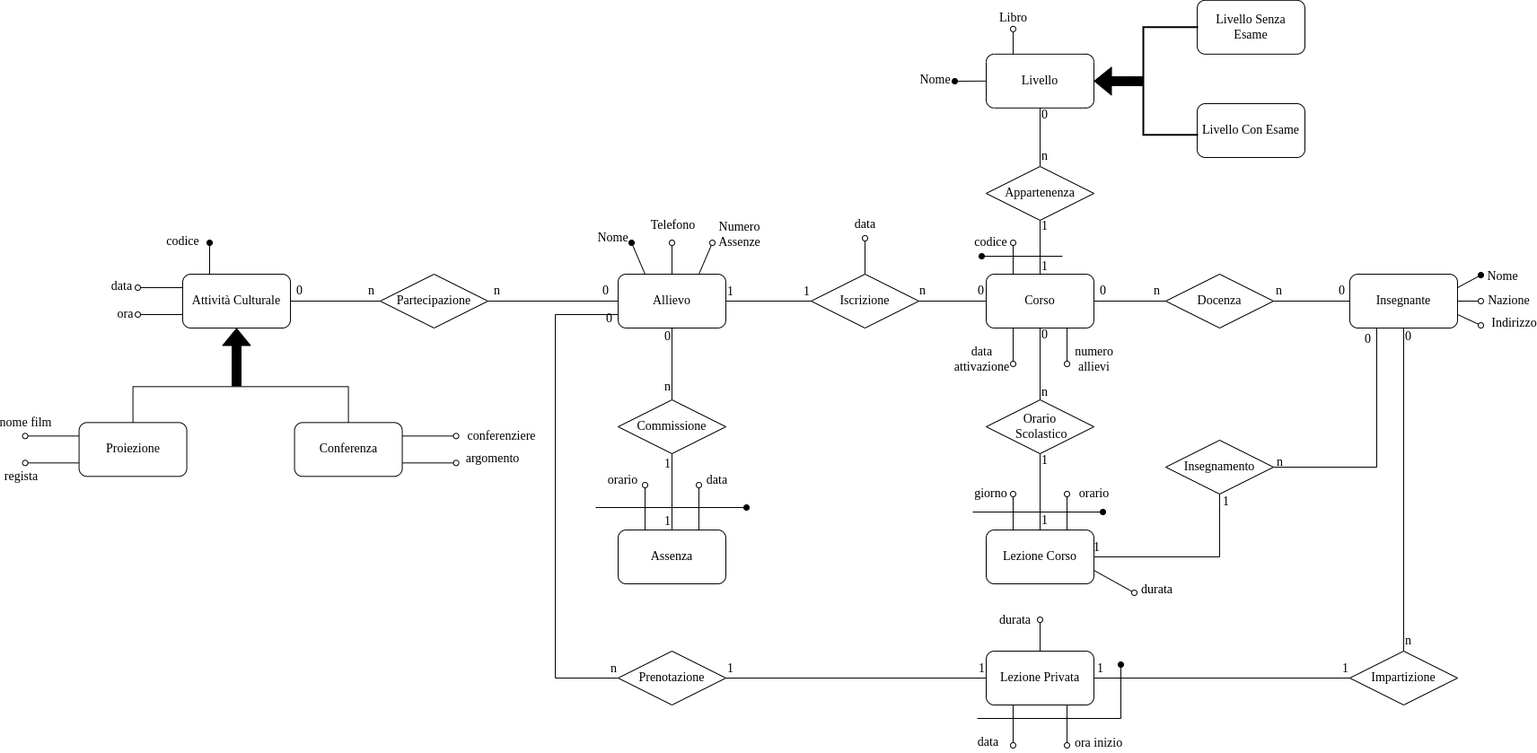
Before: doc/Foto_Documentazione/Diagramma_ER_Completo.png, a diagram exported from draw.io (SimoneNicosanti/DataBase_Project). Source tidied: cells renumbered, new cells last; positions are measured from the earlier drawing's top-left corner, leaving out a move shared by most shapes.
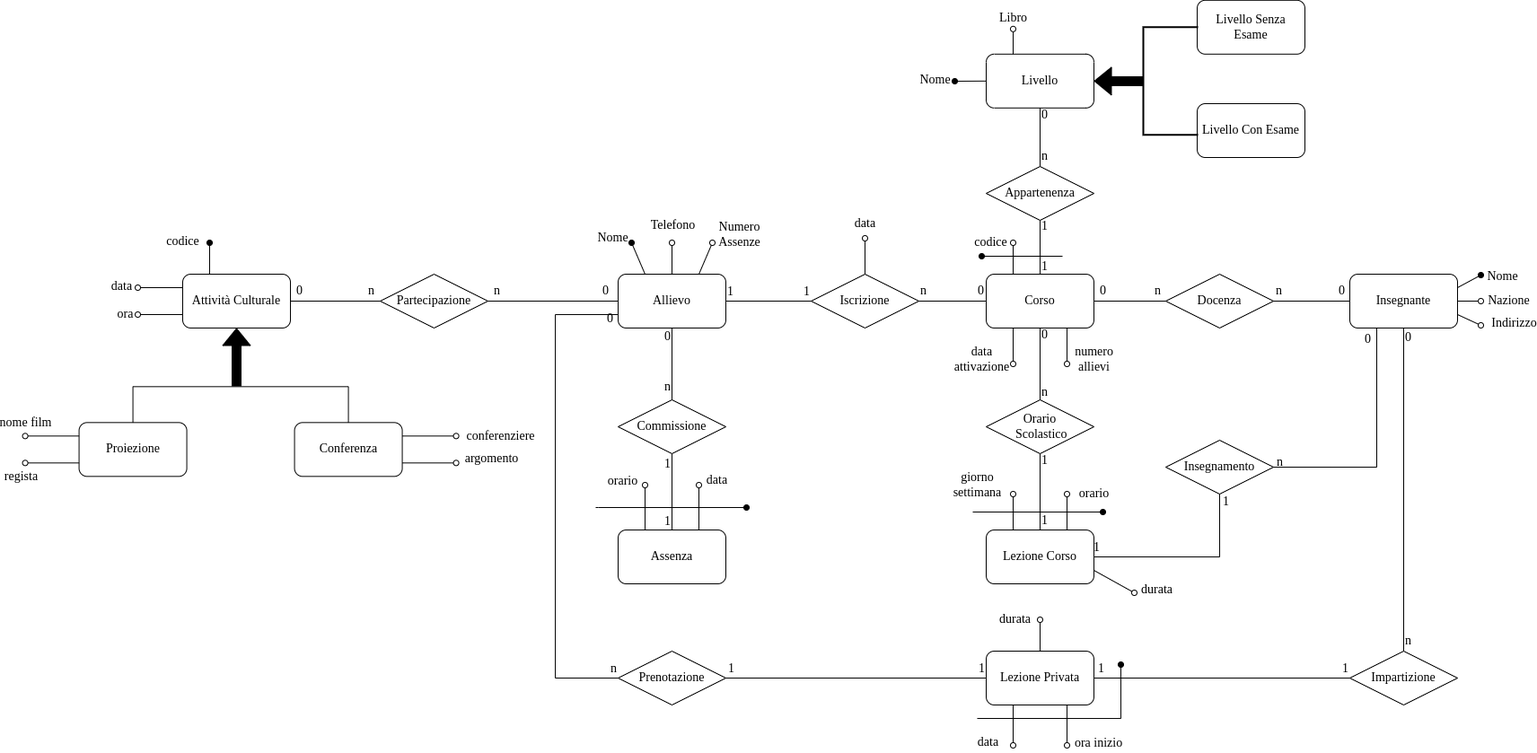
Later version of the same file.

What changed in the source:
```diff
@@ -184,9 +184,9 @@
         <mxPoint x="1100" y="550" as="targetPoint" />
       </mxGeometry>
     </mxCell>
-    <mxCell id="44" value="giorno" style="edgeLabel;html=1;align=center;verticalAlign=middle;fontSize=14;fontFamily=Times New Roman;labelBackgroundColor=none;" parent="43" vertex="1">
+    <mxCell id="44" value="giorno&lt;br&gt;settimana" style="edgeLabel;html=1;align=center;verticalAlign=middle;fontSize=14;fontFamily=Times New Roman;labelBackgroundColor=none;" parent="43" vertex="1">
       <mxGeometry x="0.52" relative="1" as="geometry">
-        <mxPoint x="-25" y="-10" as="offset" />
+        <mxPoint x="-40" y="-20" as="offset" />
       </mxGeometry>
     </mxCell>
     <mxCell id="45" style="endArrow=oval;html=1;rounded=0;fontFamily=Times New Roman;fontSize=14;exitX=0.75;exitY=0;exitDx=0;exitDy=0;endFill=0;" parent="1" edge="1" source="10">
```
